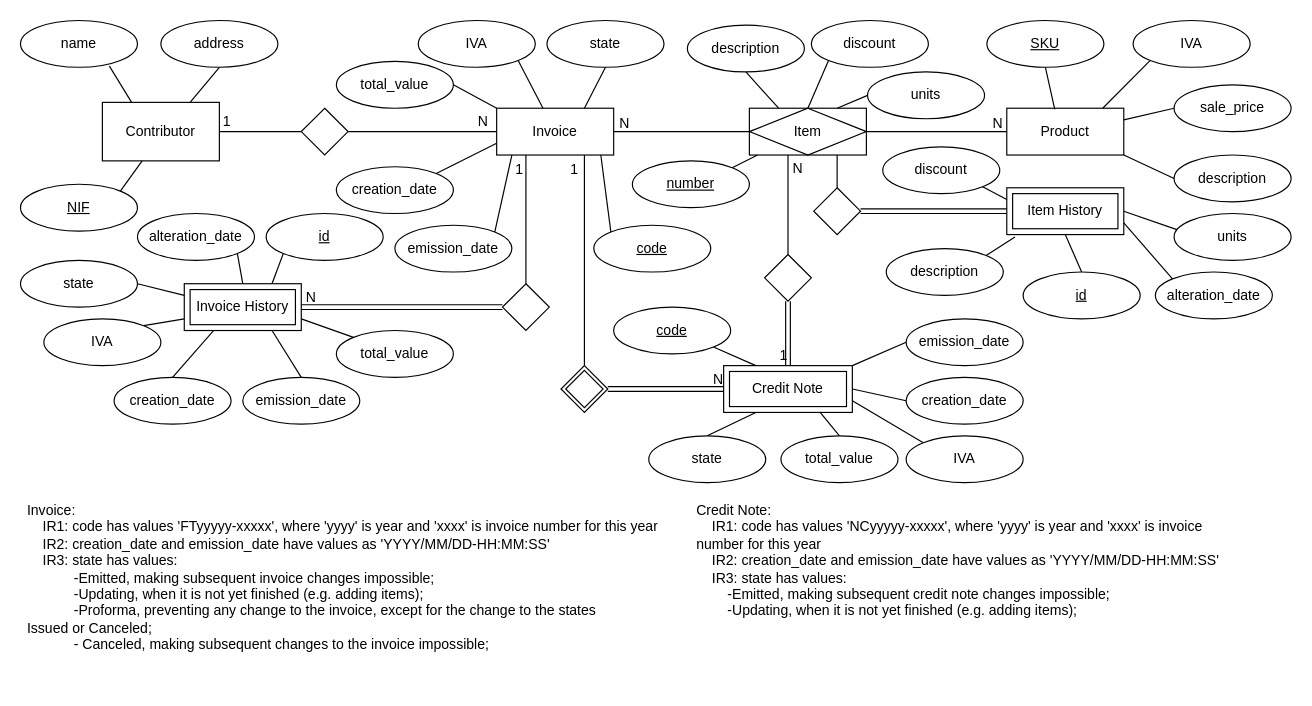
Before: Model/EA_Model-EN.drawio in jpmatos/ISEL-SI2-2021i, a draw.io diagram. Source tidied: cells renumbered, new cells numbered last; positions are measured from the earlier drawing's top-left corner, leaving out a move shared by most shapes. Both pictures are drawn from the tidied source at 117%, with x=0, y=0 at pixel (20, 20).
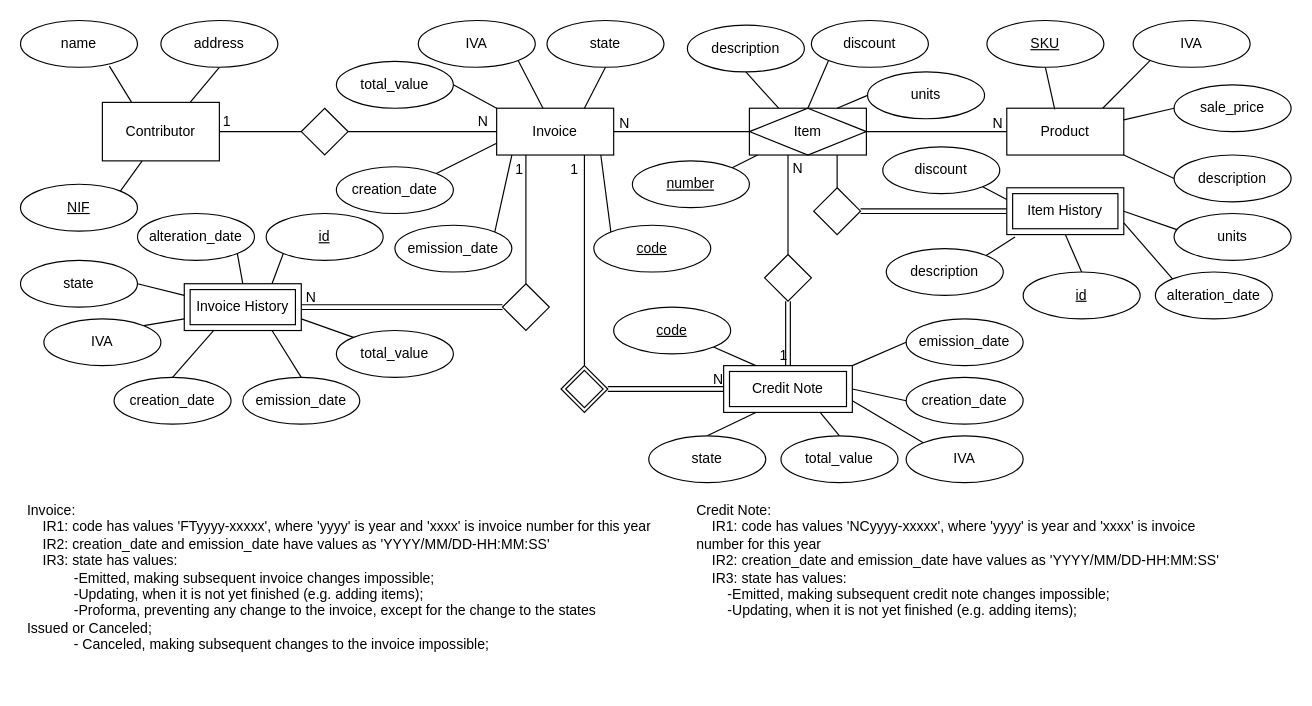
The same page after the edit.

Commit message (it also covers changes not shown here):
Removed UNIQUE from Invoice and CreditNote. Add .png models

What changed in the source:
```diff
@@
-    <mxCell id="40" value="Invoice:&#10;    IR1: code has values 'FTyyyyy-xxxxx', where 'yyyy' is year and 'xxxx' is invoice number for this year&#10;    IR2: creation_date and emission_date have values as 'YYYY/MM/DD-HH:MM:SS'&#10;    IR3: state has values:&#10;            -Emitted, making subsequent invoice changes impossible;&#10;            -Updating, when it is not yet finished (e.g. adding items);&#10;            -Proforma, preventing any change to the invoice, except for the change to the states&#10;Issued or Canceled;&#10;            - Canceled, making subsequent changes to the invoice impossible;" style="text;strokeColor=none;fillColor=none;spacingLeft=4;spacingRight=4;overflow=hidden;fontSize=12;rounded=0;shadow=0;glass=0;sketch=0;align=left;whiteSpace=wrap;" parent="1" vertex="1">
+    <mxCell id="40" value="Invoice:&#10;    IR1: code has values 'FTyyyy-xxxxx', where 'yyyy' is year and 'xxxx' is invoice number for this year&#10;    IR2: creation_date and emission_date have values as 'YYYY/MM/DD-HH:MM:SS'&#10;    IR3: state has values:&#10;            -Emitted, making subsequent invoice changes impossible;&#10;            -Updating, when it is not yet finished (e.g. adding items);&#10;            -Proforma, preventing any change to the invoice, except for the change to the states&#10;Issued or Canceled;&#10;            - Canceled, making subsequent changes to the invoice impossible;" style="text;strokeColor=none;fillColor=none;spacingLeft=4;spacingRight=4;overflow=hidden;fontSize=12;rounded=0;shadow=0;glass=0;sketch=0;align=left;whiteSpace=wrap;" parent="1" vertex="1">
       <mxGeometry y="405" width="570" height="160" as="geometry" />
     </mxCell>
-    <mxCell id="41" value="Credit Note:&#10;    IR1: code has values 'NCyyyyy-xxxxx', where 'yyyy' is year and 'xxxx' is invoice number for this year&#10;    IR2: creation_date and emission_date have values as 'YYYY/MM/DD-HH:MM:SS'&#10;    IR3: state has values:&#10;        -Emitted, making subsequent credit note changes impossible;&#10;        -Updating, when it is not yet finished (e.g. adding items);" style="text;strokeColor=none;fillColor=none;spacingLeft=4;spacingRight=4;overflow=hidden;fontSize=12;rounded=0;shadow=0;glass=0;sketch=0;align=left;whiteSpace=wrap;" parent="1" vertex="1">
+    <mxCell id="41" value="Credit Note:&#10;    IR1: code has values 'NCyyyy-xxxxx', where 'yyyy' is year and 'xxxx' is invoice number for this year&#10;    IR2: creation_date and emission_date have values as 'YYYY/MM/DD-HH:MM:SS'&#10;    IR3: state has values:&#10;        -Emitted, making subsequent credit note changes impossible;&#10;        -Updating, when it is not yet finished (e.g. adding items);" style="text;strokeColor=none;fillColor=none;spacingLeft=4;spacingRight=4;overflow=hidden;fontSize=12;rounded=0;shadow=0;glass=0;sketch=0;align=left;whiteSpace=wrap;" parent="1" vertex="1">
       <mxGeometry x="571.5" y="405" width="457" height="130" as="geometry" />
     </mxCell>
```
